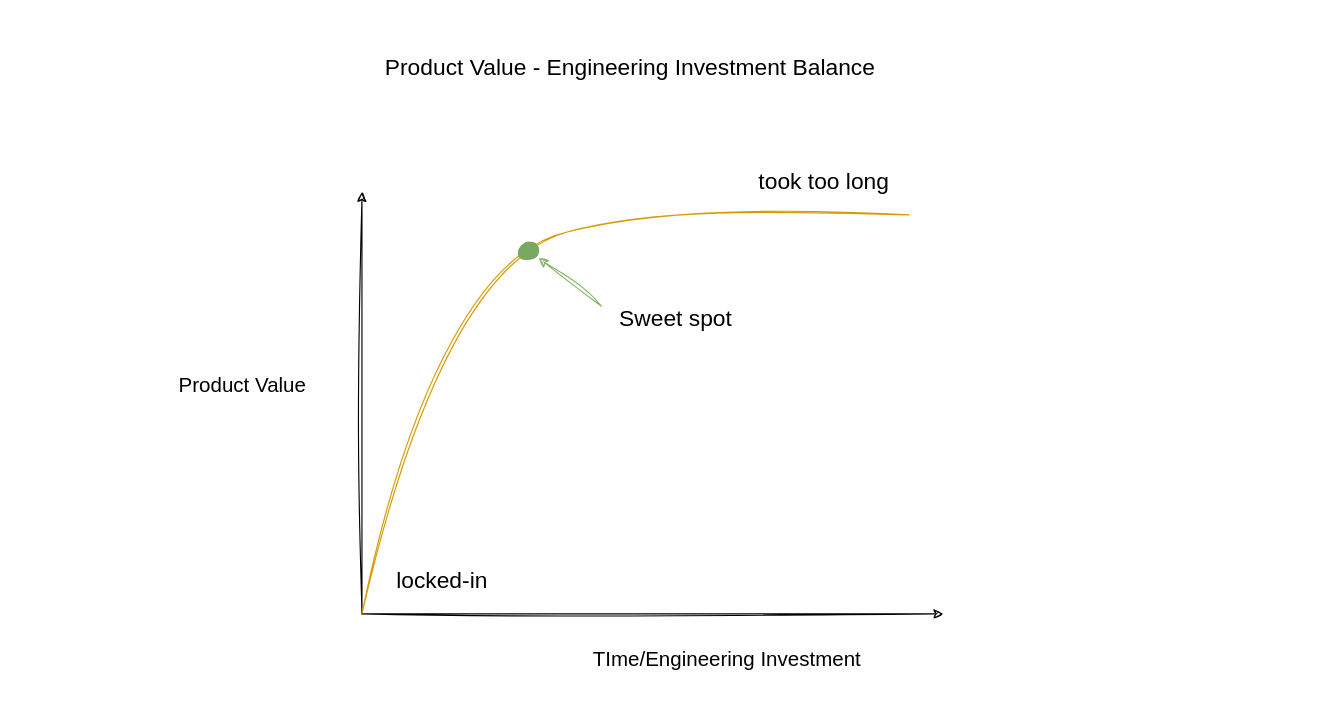
Above: page "ProductValue-EngineeringInvestment" (2 of 5) of assets/diagrams/Sustainable-Technical-Decision-Making.drawio in pkritiotis/pkritiotis.github.io (draw.io), before the change. Source tidied: cells renumbered, new cells numbered last; positions are measured from the earlier drawing's top-left corner, leaving out a move shared by most shapes. Both pictures are drawn from the tidied source at 114%, with x=0, y=0 at pixel (168, 43).
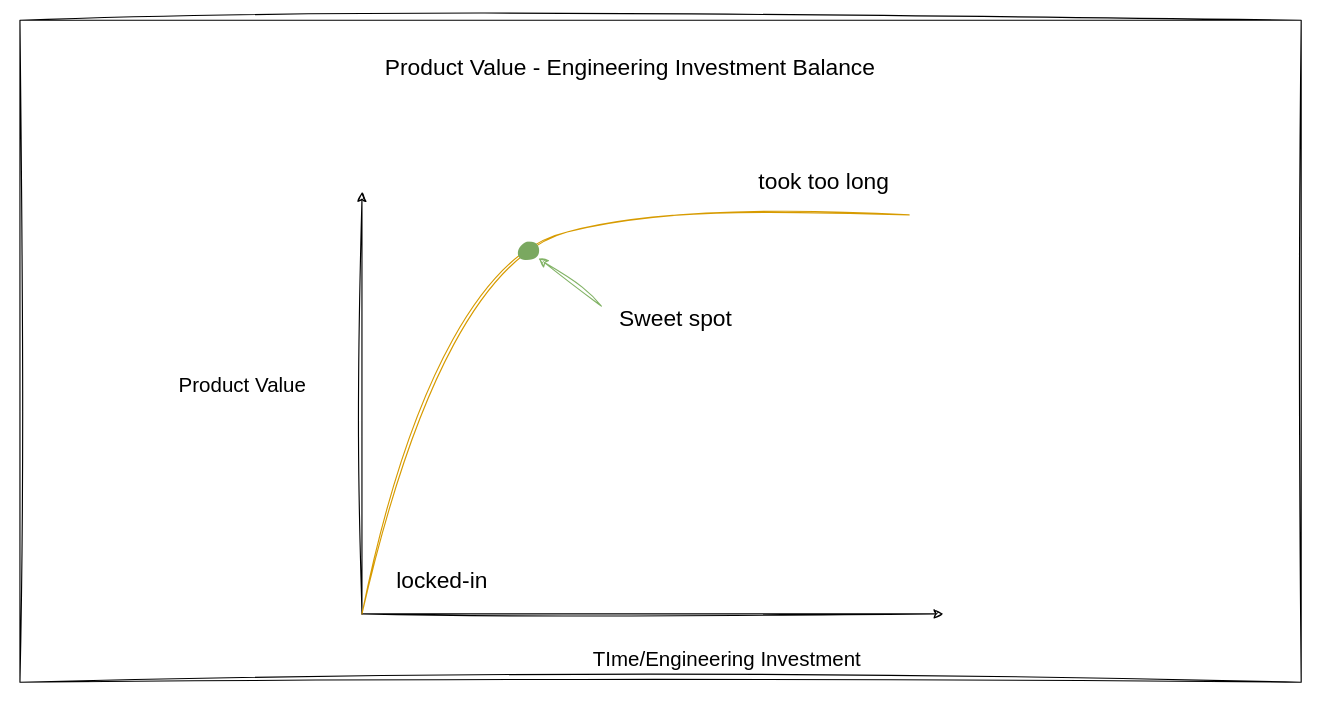
After the change.

What changed in the source:
```diff
@@
 <mxGraphModel>
   <root>
     <mxCell id="0" />
     <mxCell id="1" parent="0" />
+    <mxCell id="13" style="rounded=0;whiteSpace=wrap;html=1;sketch=1;hachureGap=4;jiggle=2;curveFitting=1;fontFamily=Architects Daughter;fontSize=20;" parent="1" vertex="1">
+      <mxGeometry x="-130" y="-20.7" width="1123.9" height="580.7" as="geometry" />
+    </mxCell>
     <mxCell id="2" style="endArrow=classic;html=1;rounded=0;sketch=1;hachureGap=4;jiggle=2;curveFitting=1;fontFamily=Kalam;fontSize=16;" parent="1" edge="1">
       <mxGeometry relative="1" as="geometry">
         <mxPoint x="170" y="500" as="sourcePoint" />
         <mxPoint x="170" y="130" as="targetPoint" />
       </mxGeometry>
     </mxCell>
     <mxCell id="3" style="endArrow=classic;html=1;rounded=0;sketch=1;hachureGap=4;jiggle=2;curveFitting=1;fontFamily=Kalam;fontSize=16;" parent="1" edge="1">
       <mxGeometry relative="1" as="geometry">
         <mxPoint x="170" y="500" as="sourcePoint" />
         <mxPoint x="680" y="500" as="targetPoint" />
       </mxGeometry>
     </mxCell>
     <mxCell id="4" style="endArrow=none;html=1;sketch=1;hachureGap=4;jiggle=2;curveFitting=1;fontFamily=Kalam;fontSize=16;curved=1;fillColor=#ffe6cc;strokeColor=#d79b00;" parent="1" edge="1">
       <mxGeometry relative="1" as="geometry">
         <mxPoint x="170" y="500" as="sourcePoint" />
         <mxPoint x="650" y="150" as="targetPoint" />
         <Array as="points">
           <mxPoint x="240" y="190" />
           <mxPoint x="460" y="140" />
         </Array>
       </mxGeometry>
     </mxCell>
     <mxCell id="5" value="Product Value" style="text;html=1;align=center;verticalAlign=middle;strokeColor=none;fillColor=none;fontSize=18;fontFamily=Kalam;" parent="1" vertex="1">
       <mxGeometry y="280" width="130" height="40" as="geometry" />
     </mxCell>
     <mxCell id="6" value="TIme/Engineering Investment" style="text;html=1;align=center;verticalAlign=middle;strokeColor=none;fillColor=none;fontSize=18;fontFamily=Kalam;" parent="1" vertex="1">
       <mxGeometry x="365" y="520" width="250" height="40" as="geometry" />
     </mxCell>
     <mxCell id="7" value="took too long" style="text;html=1;align=center;verticalAlign=middle;strokeColor=none;fillColor=none;fontSize=20;fontFamily=Kalam;" parent="1" vertex="1">
       <mxGeometry x="510" y="100" width="130" height="40" as="geometry" />
     </mxCell>
     <mxCell id="8" value="locked-in" style="text;html=1;align=center;verticalAlign=middle;strokeColor=none;fillColor=none;fontSize=20;fontFamily=Kalam;" parent="1" vertex="1">
       <mxGeometry x="190" y="450" width="100" height="40" as="geometry" />
     </mxCell>
     <mxCell id="9" value="." style="text;html=1;align=center;verticalAlign=middle;strokeColor=none;fillColor=none;fontSize=150;fontFamily=Architects Daughter;fontStyle=1;fontColor=#7AA860;" parent="1" vertex="1">
       <mxGeometry x="294" y="50" width="40" height="190" as="geometry" />
     </mxCell>
     <mxCell id="10" style="endArrow=classic;html=1;rounded=0;sketch=1;hachureGap=4;jiggle=2;curveFitting=1;fontFamily=Kalam;fontSize=16;fillColor=#d5e8d4;strokeColor=#82b366;" parent="1" edge="1">
       <mxGeometry relative="1" as="geometry">
         <mxPoint x="380" y="230" as="sourcePoint" />
         <mxPoint x="325" y="188" as="targetPoint" />
       </mxGeometry>
     </mxCell>
     <mxCell id="11" value="Sweet spot" style="text;html=1;align=center;verticalAlign=middle;strokeColor=none;fillColor=none;fontSize=20;fontFamily=Kalam;" parent="1" vertex="1">
       <mxGeometry x="385" y="220" width="120" height="40" as="geometry" />
     </mxCell>
     <mxCell id="12" value="Product Value - Engineering Investment Balance" style="text;html=1;align=center;verticalAlign=middle;strokeColor=none;fillColor=none;fontSize=20;fontFamily=Kalam;" parent="1" vertex="1">
       <mxGeometry x="190" width="430" height="40" as="geometry" />
     </mxCell>
   </root>
 </mxGraphModel>
```
